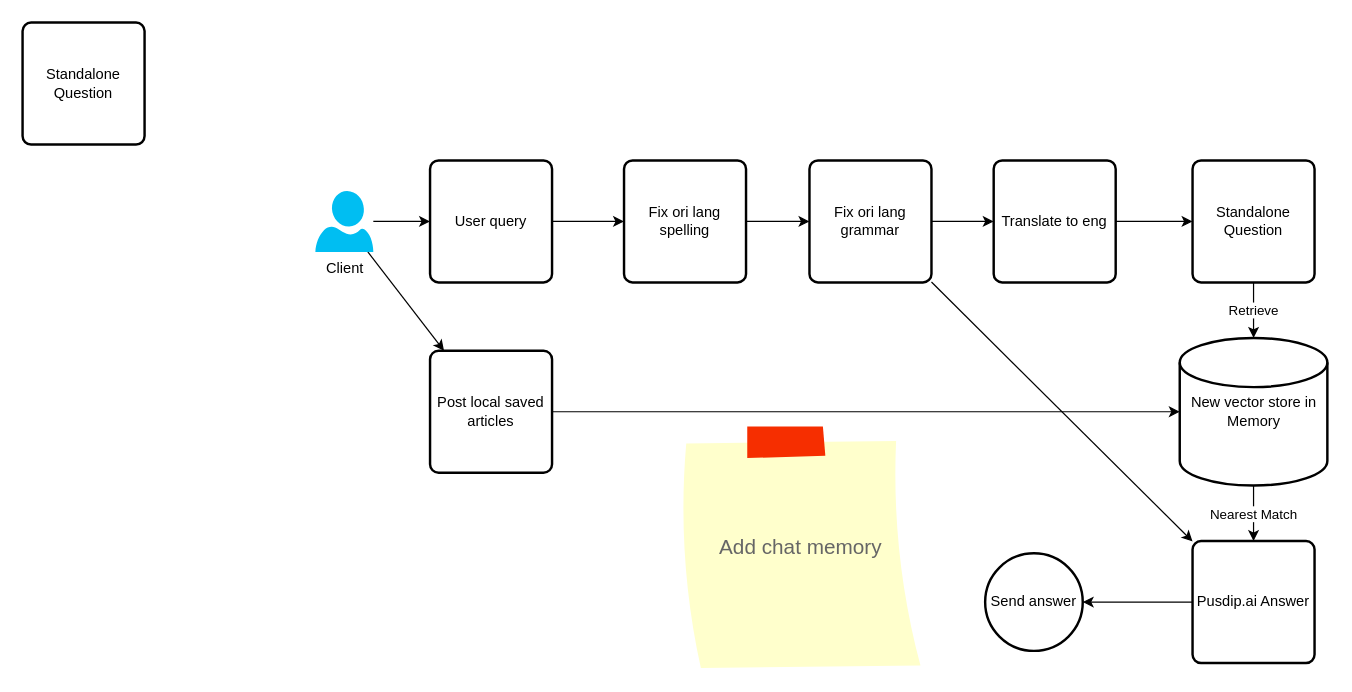
Before: diagrams/pusdip-ai-chatbot.drawio in Pusdip-ai/pusdip-ai-server, a draw.io diagram. Source tidied: cells renumbered, new cells numbered last; positions are measured from the earlier drawing's top-left corner, leaving out a move shared by most shapes. Both pictures are drawn from the tidied source at 122%, with x=0, y=0 at pixel (22, 22).
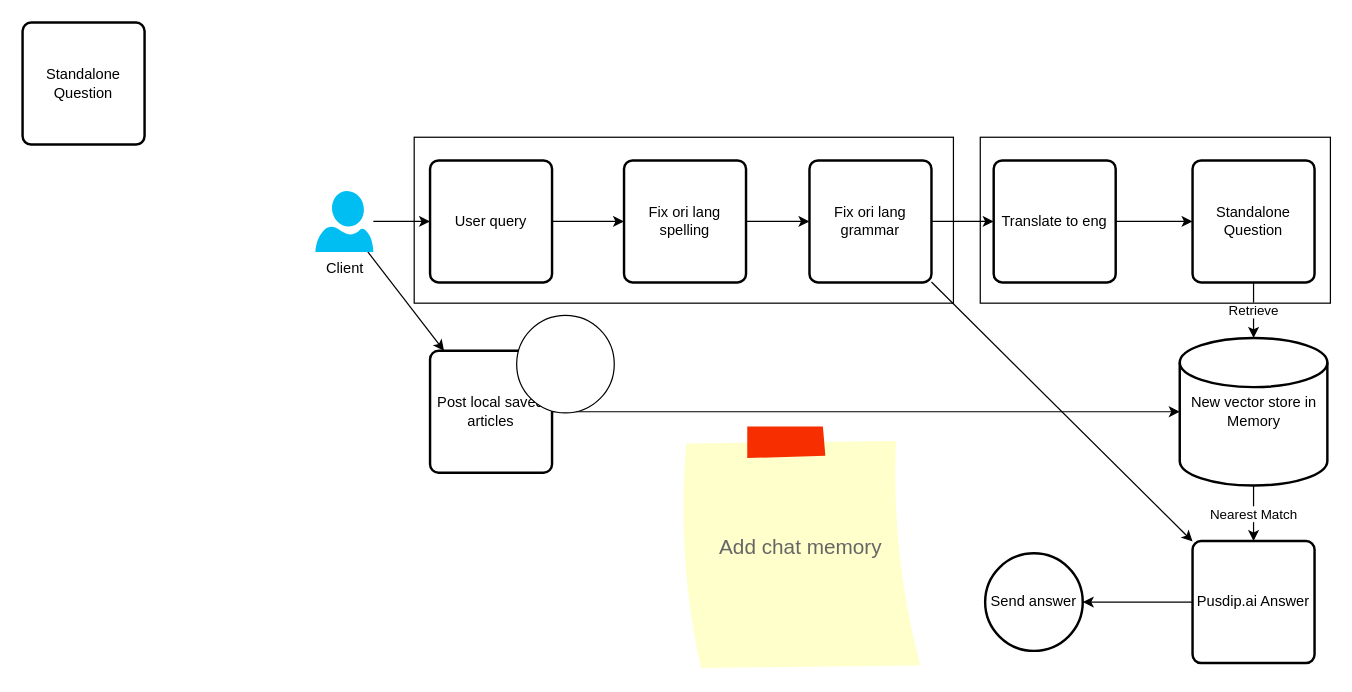
The same page after the edit.

Diff of the diagram source:
```diff
@@
+    <mxCell id="25" style="rounded=0;whiteSpace=wrap;html=1;fillColor=none;" parent="1" vertex="1">
+      <mxGeometry x="321" y="94" width="442" height="136" as="geometry" />
+    </mxCell>
+    <mxCell id="26" style="rounded=0;whiteSpace=wrap;html=1;fillColor=none;" parent="1" vertex="1">
+      <mxGeometry x="785" y="94" width="287" height="136" as="geometry" />
+    </mxCell>
+    <mxCell id="27" style="ellipse;whiteSpace=wrap;html=1;" parent="1" vertex="1">
+      <mxGeometry x="405" y="240" width="80" height="80" as="geometry" />
+    </mxCell>
```
